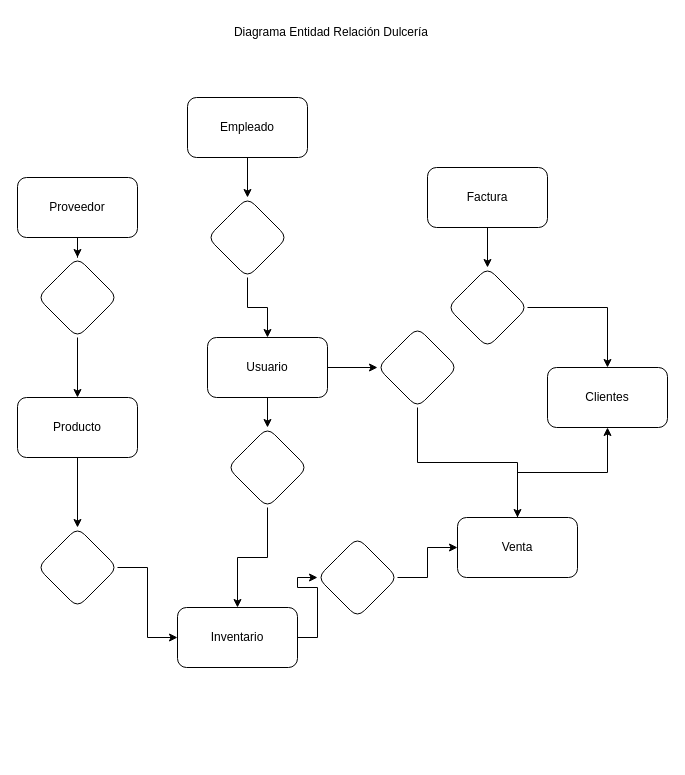
This is Dulcería.drawio from AlexAntonio29/PracticasProgramacion, a draw.io file, before an edit. Source tidied: cells renumbered, new cells numbered last; positions are measured from the earlier drawing's top-left corner, leaving out a move shared by most shapes. Both pictures are drawn from the tidied source at 100%, with x=0, y=0 at pixel (17, 17).
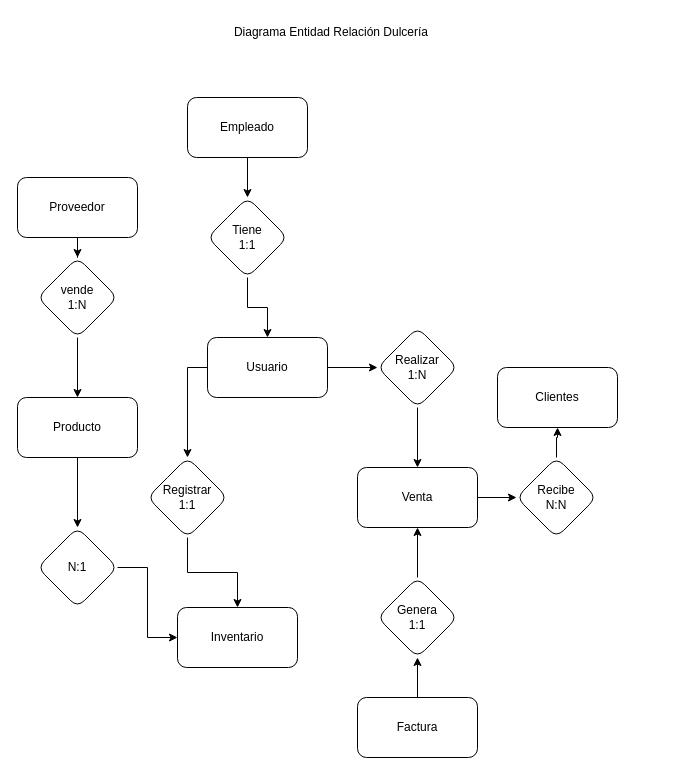
The same diagram, later.

Unchanged cells that the change refers to:
```xml
<mxCell id="3" value="Inventario" style="rounded=1;whiteSpace=wrap;html=1;" parent="1" vertex="1">
  <mxGeometry x="160" y="590" width="120" height="60" as="geometry" />
</mxCell>
<mxCell id="11" value="Usuario" style="rounded=1;whiteSpace=wrap;html=1;" parent="1" vertex="1">
  <mxGeometry x="190" y="320" width="120" height="60" as="geometry" />
</mxCell>
```

Diff of the diagram source:
```diff
@@
-    <mxCell id="2" style="edgeStyle=orthogonalEdgeStyle;rounded=0;jettySize=auto;html=1;" parent="1" edge="1" source="3" target="32">
-      <mxGeometry relative="1" as="geometry" />
-    </mxCell>
@@
     <mxCell id="4" value="Clientes" style="rounded=1;whiteSpace=wrap;html=1;" parent="1" vertex="1">
-      <mxGeometry x="530" y="350" width="120" height="60" as="geometry" />
+      <mxGeometry x="480" y="350" width="120" height="60" as="geometry" />
     </mxCell>
@@
-    <mxCell id="9" style="edgeStyle=orthogonalEdgeStyle;rounded=0;jettySize=auto;html=1;exitX=0.5;exitY=1;exitDx=0;exitDy=0;entryX=0.5;entryY=0;entryDx=0;entryDy=0;" parent="1" edge="1" source="11" target="26">
+    <mxCell id="9" style="edgeStyle=orthogonalEdgeStyle;rounded=0;jettySize=auto;html=1;exitX=0;exitY=0.5;exitDx=0;exitDy=0;entryX=0.5;entryY=0;entryDx=0;entryDy=0;" parent="1" edge="1" source="11" target="26">
       <mxGeometry relative="1" as="geometry" />
     </mxCell>
@@
-    <mxCell id="12" style="edgeStyle=orthogonalEdgeStyle;rounded=0;jettySize=auto;html=1;entryX=0.5;entryY=1;entryDx=0;entryDy=0;" parent="1" edge="1" source="13" target="4">
+    <mxCell id="12" style="edgeStyle=orthogonalEdgeStyle;rounded=0;jettySize=auto;html=1;entryX=0.5;entryY=1;entryDx=0;entryDy=0;" parent="1" edge="1" source="34" target="4">
       <mxGeometry relative="1" as="geometry" />
     </mxCell>
+    <mxCell id="33" style="edgeStyle=orthogonalEdgeStyle;rounded=0;jettySize=auto;html=1;" parent="1" edge="1" source="13" target="34">
+      <mxGeometry relative="1" as="geometry" />
+    </mxCell>
     <mxCell id="13" value="Venta" style="rounded=1;whiteSpace=wrap;html=1;" parent="1" vertex="1">
-      <mxGeometry x="440" y="500" width="120" height="60" as="geometry" />
+      <mxGeometry x="340" y="450" width="120" height="60" as="geometry" />
     </mxCell>
@@
     <mxCell id="15" value="Factura" style="rounded=1;whiteSpace=wrap;html=1;" parent="1" vertex="1">
-      <mxGeometry x="410" y="150" width="120" height="60" as="geometry" />
+      <mxGeometry x="340" y="680" width="120" height="60" as="geometry" />
     </mxCell>
@@
-    <mxCell id="20" style="rhombus;whiteSpace=wrap;html=1;rounded=1;" parent="1" vertex="1">
+    <mxCell id="20" value="N:1" style="rhombus;whiteSpace=wrap;html=1;rounded=1;" parent="1" vertex="1">
       <mxGeometry x="20" y="510" width="80" height="80" as="geometry" />
     </mxCell>
@@
-    <mxCell id="22" style="rhombus;whiteSpace=wrap;html=1;rounded=1;" parent="1" vertex="1">
+    <mxCell id="22" value="vende&lt;div&gt;1:N&lt;/div&gt;" style="rhombus;whiteSpace=wrap;html=1;rounded=1;" parent="1" vertex="1">
       <mxGeometry x="20" y="240" width="80" height="80" as="geometry" />
     </mxCell>
@@
-    <mxCell id="24" style="rhombus;whiteSpace=wrap;html=1;rounded=1;" parent="1" vertex="1">
+    <mxCell id="24" value="Tiene&lt;div&gt;1:1&lt;/div&gt;" style="rhombus;whiteSpace=wrap;html=1;rounded=1;" parent="1" vertex="1">
       <mxGeometry x="190" y="180" width="80" height="80" as="geometry" />
     </mxCell>
@@
-    <mxCell id="26" style="rhombus;whiteSpace=wrap;html=1;rounded=1;" parent="1" vertex="1">
-      <mxGeometry x="210" y="410" width="80" height="80" as="geometry" />
+    <mxCell id="26" value="&lt;div&gt;Registrar&lt;/div&gt;1:1" style="rhombus;whiteSpace=wrap;html=1;rounded=1;" parent="1" vertex="1">
+      <mxGeometry x="130" y="440" width="80" height="80" as="geometry" />
     </mxCell>
-    <mxCell id="27" style="edgeStyle=orthogonalEdgeStyle;rounded=0;jettySize=auto;html=1;entryX=0.5;entryY=0;entryDx=0;entryDy=0;" parent="1" edge="1" source="28" target="4">
+    <mxCell id="27" style="edgeStyle=orthogonalEdgeStyle;rounded=0;jettySize=auto;html=1;entryX=0.5;entryY=1;entryDx=0;entryDy=0;" parent="1" edge="1" source="28" target="13">
       <mxGeometry relative="1" as="geometry" />
     </mxCell>
-    <mxCell id="28" style="rhombus;whiteSpace=wrap;html=1;rounded=1;" parent="1" vertex="1">
-      <mxGeometry x="430" y="250" width="80" height="80" as="geometry" />
+    <mxCell id="28" value="Genera&lt;div&gt;1:1&lt;/div&gt;" style="rhombus;whiteSpace=wrap;html=1;rounded=1;" parent="1" vertex="1">
+      <mxGeometry x="360" y="560" width="80" height="80" as="geometry" />
     </mxCell>
@@
-    <mxCell id="30" style="rhombus;whiteSpace=wrap;html=1;rounded=1;" parent="1" vertex="1">
+    <mxCell id="30" value="&lt;div&gt;Realizar&lt;/div&gt;1:N" style="rhombus;whiteSpace=wrap;html=1;rounded=1;" parent="1" vertex="1">
       <mxGeometry x="360" y="310" width="80" height="80" as="geometry" />
     </mxCell>
-    <mxCell id="31" style="edgeStyle=orthogonalEdgeStyle;rounded=0;jettySize=auto;html=1;entryX=0;entryY=0.5;entryDx=0;entryDy=0;" parent="1" edge="1" source="32" target="13">
-      <mxGeometry relative="1" as="geometry" />
-    </mxCell>
-    <mxCell id="32" style="rhombus;whiteSpace=wrap;html=1;rounded=1;" parent="1" vertex="1">
-      <mxGeometry x="300" y="520" width="80" height="80" as="geometry" />
-    </mxCell>
+    <mxCell id="34" value="Recibe&lt;div&gt;N:N&lt;/div&gt;" style="rhombus;whiteSpace=wrap;html=1;rounded=1;" parent="1" vertex="1">
+      <mxGeometry x="499" y="440" width="80" height="80" as="geometry" />
+    </mxCell>
```
